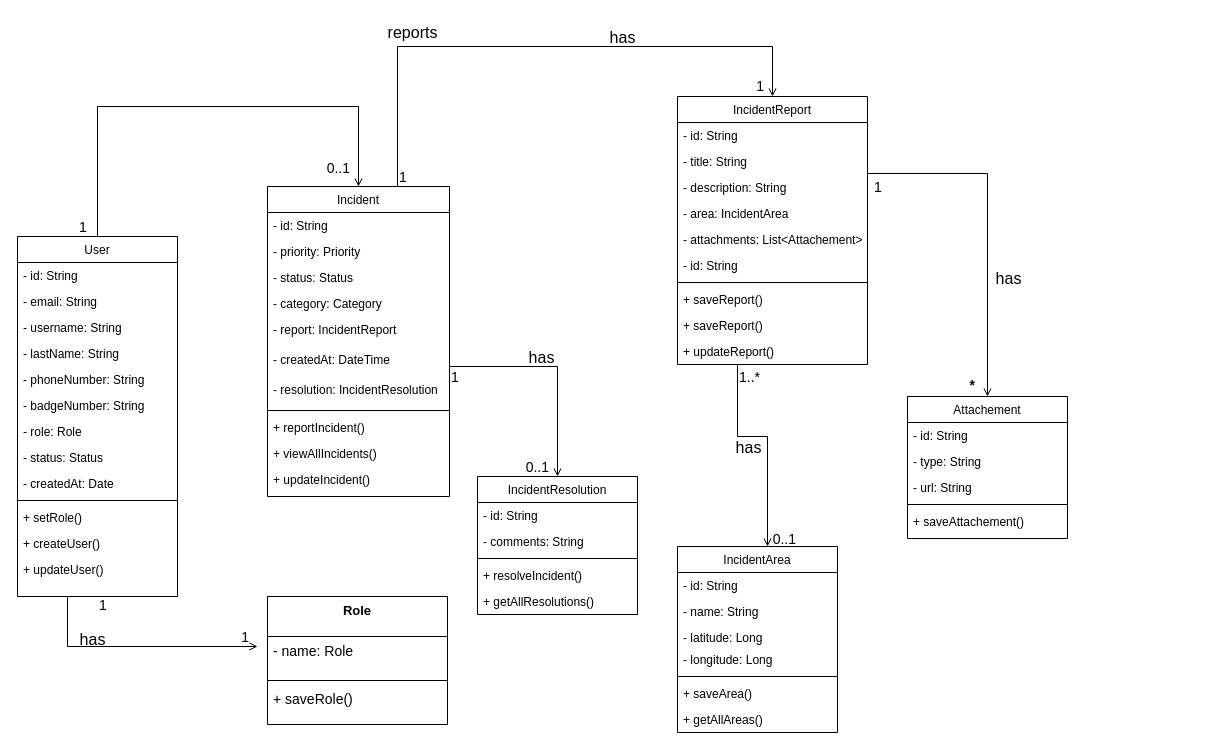
Above: KBNP class-diagram.drawio in cedricbahirwe/symbols (draw.io), before the change. Source tidied: cells renumbered, new cells numbered last; positions are measured from the earlier drawing's top-left corner, leaving out a move shared by most shapes. Both pictures are drawn from the tidied source at 100%, with x=0, y=0 at pixel (17, 46).
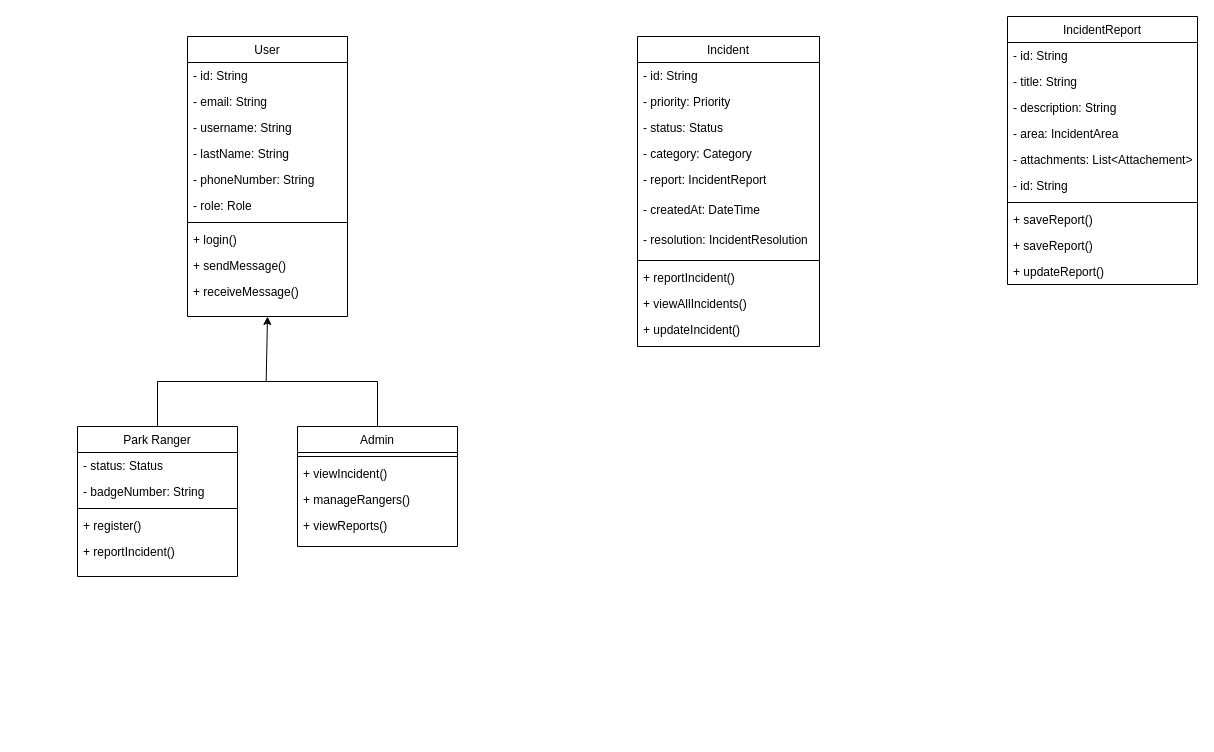
Above is the later version.

The change refers to these unchanged cells:
```xml
<mxCell id="23" value="- resolution: IncidentResolution" style="text;align=left;verticalAlign=top;spacingLeft=4;spacingRight=4;overflow=hidden;points=[[0,0.5],[1,0.5]];portConstraint=eastwest;rounded=0;shadow=0;html=0;" parent="16" vertex="1">
  <mxGeometry y="190" width="182" height="30" as="geometry" />
</mxCell>
<mxCell id="50" value="- area: IncidentArea" style="text;align=left;verticalAlign=top;spacingLeft=4;spacingRight=4;overflow=hidden;points=[[0,0.5],[1,0.5]];portConstraint=eastwest;" parent="46" vertex="1">
  <mxGeometry y="104" width="190" height="26" as="geometry" />
</mxCell>
<mxCell id="56" value="+ updateReport()" style="text;align=left;verticalAlign=top;spacingLeft=4;spacingRight=4;overflow=hidden;points=[[0,0.5],[1,0.5]];portConstraint=eastwest;" parent="46" vertex="1">
  <mxGeometry y="242" width="190" height="26" as="geometry" />
</mxCell>
```

Diff of the diagram source:
```diff
@@
     <mxCell id="2" value="User" style="swimlane;fontStyle=0;align=center;verticalAlign=top;horizontal=1;startSize=26;rounded=0;shadow=0;strokeWidth=1;" parent="1" vertex="1">
-      <mxGeometry y="190" width="160" height="360" as="geometry" />
+      <mxGeometry x="170" y="-10" width="160" height="280" as="geometry" />
     </mxCell>
@@
-    <mxCell id="8" value="- badgeNumber: String" style="text;align=left;verticalAlign=top;spacingLeft=4;spacingRight=4;overflow=hidden;" parent="2" vertex="1">
-      <mxGeometry y="156" width="160" height="26" as="geometry" />
-    </mxCell>
     <mxCell id="9" value="- role: Role" style="text;align=left;verticalAlign=top;spacingLeft=4;spacingRight=4;overflow=hidden;" parent="2" vertex="1">
-      <mxGeometry y="182" width="160" height="26" as="geometry" />
+      <mxGeometry y="156" width="160" height="26" as="geometry" />
     </mxCell>
-    <mxCell id="10" value="- status: Status" style="text;align=left;verticalAlign=top;spacingLeft=4;spacingRight=4;overflow=hidden;" parent="2" vertex="1">
-      <mxGeometry y="208" width="160" height="26" as="geometry" />
-    </mxCell>
-    <mxCell id="11" value="- createdAt: Date&#10;" style="text;align=left;verticalAlign=top;spacingLeft=4;spacingRight=4;overflow=hidden;" parent="2" vertex="1">
-      <mxGeometry y="234" width="160" height="26" as="geometry" />
-    </mxCell>
     <mxCell id="12" style="line;html=1;strokeWidth=1;align=left;verticalAlign=middle;spacingTop=-1;spacingLeft=3;spacingRight=3;labelPosition=right;" parent="2" vertex="1">
-      <mxGeometry y="260" width="160" height="8" as="geometry" />
+      <mxGeometry y="182" width="160" height="8" as="geometry" />
     </mxCell>
-    <mxCell id="13" value="+ setRole()" style="text;align=left;verticalAlign=top;spacingLeft=4;spacingRight=4;overflow=hidden;fontStyle=0;" parent="2" vertex="1">
-      <mxGeometry y="268" width="160" height="26" as="geometry" />
+    <mxCell id="13" value="+ login()" style="text;align=left;verticalAlign=top;spacingLeft=4;spacingRight=4;overflow=hidden;fontStyle=0;" parent="2" vertex="1">
+      <mxGeometry y="190" width="160" height="26" as="geometry" />
     </mxCell>
-    <mxCell id="14" value="+ createUser()" style="text;align=left;verticalAlign=top;spacingLeft=4;spacingRight=4;overflow=hidden;" parent="2" vertex="1">
-      <mxGeometry y="294" width="160" height="26" as="geometry" />
-    </mxCell>
-    <mxCell id="15" value="+ updateUser()" style="text;align=left;verticalAlign=top;spacingLeft=4;spacingRight=4;overflow=hidden;" parent="2" vertex="1">
-      <mxGeometry y="320" width="160" height="26" as="geometry" />
+    <mxCell id="15" value="+ sendMessage()" style="text;align=left;verticalAlign=top;spacingLeft=4;spacingRight=4;overflow=hidden;" parent="2" vertex="1">
+      <mxGeometry y="216" width="160" height="26" as="geometry" />
     </mxCell>
+    <mxCell id="87" value="+ receiveMessage()" style="text;align=left;verticalAlign=top;spacingLeft=4;spacingRight=4;overflow=hidden;" parent="2" vertex="1">
+      <mxGeometry y="242" width="160" height="26" as="geometry" />
+    </mxCell>
     <mxCell id="16" value="Incident" style="swimlane;fontStyle=0;align=center;verticalAlign=top;horizontal=1;startSize=26;rounded=0;shadow=0;strokeWidth=1;" parent="1" vertex="1">
-      <mxGeometry x="250" y="140" width="182" height="310" as="geometry" />
+      <mxGeometry x="620" y="-10" width="182" height="310" as="geometry" />
     </mxCell>
@@
-    <mxCell id="28" value="IncidentResolution&#10;" style="swimlane;fontStyle=0;align=center;verticalAlign=top;horizontal=1;startSize=26;rounded=0;shadow=0;strokeWidth=1;" parent="1" vertex="1">
-      <mxGeometry x="460" y="430" width="160" height="138" as="geometry" />
-    </mxCell>
-    <mxCell id="29" value="- id: String" style="text;align=left;verticalAlign=top;spacingLeft=4;spacingRight=4;overflow=hidden;" parent="28" vertex="1">
-      <mxGeometry y="26" width="160" height="26" as="geometry" />
-    </mxCell>
-    <mxCell id="30" value="- comments: String" style="text;align=left;verticalAlign=top;spacingLeft=4;spacingRight=4;overflow=hidden;rounded=0;shadow=0;html=0;" parent="28" vertex="1">
-      <mxGeometry y="52" width="160" height="26" as="geometry" />
-    </mxCell>
-    <mxCell id="31" style="line;html=1;strokeWidth=1;align=left;verticalAlign=middle;spacingTop=-1;spacingLeft=3;spacingRight=3;labelPosition=right;" parent="28" vertex="1">
-      <mxGeometry y="78" width="160" height="8" as="geometry" />
-    </mxCell>
-    <mxCell id="32" value="+ resolveIncident()" style="text;align=left;verticalAlign=top;spacingLeft=4;spacingRight=4;overflow=hidden;" parent="28" vertex="1">
-      <mxGeometry y="86" width="160" height="26" as="geometry" />
-    </mxCell>
-    <mxCell id="33" value="+ getAllResolutions()" style="text;align=left;verticalAlign=top;spacingLeft=4;spacingRight=4;overflow=hidden;" parent="28" vertex="1">
-      <mxGeometry y="112" width="160" height="26" as="geometry" />
-    </mxCell>
-    <mxCell id="34" value="Role" style="swimlane;fontStyle=1;align=center;verticalAlign=top;horizontal=1;startSize=40;rounded=0;shadow=0;strokeWidth=1;fontSize=13;" parent="1" vertex="1">
-      <mxGeometry x="250" y="550" width="180" height="128" as="geometry" />
-    </mxCell>
-    <mxCell id="35" value="- name: Role" style="text;align=left;verticalAlign=top;spacingLeft=4;spacingRight=4;overflow=hidden;fontSize=14;" parent="34" vertex="1">
-      <mxGeometry y="40" width="180" height="40" as="geometry" />
-    </mxCell>
-    <mxCell id="36" style="line;html=1;strokeWidth=1;align=left;verticalAlign=middle;spacingTop=-1;spacingLeft=3;spacingRight=3;labelPosition=right;" parent="34" vertex="1">
-      <mxGeometry y="80" width="180" height="8" as="geometry" />
-    </mxCell>
-    <mxCell id="37" value="+ saveRole()" style="text;align=left;verticalAlign=top;spacingLeft=4;spacingRight=4;overflow=hidden;fontSize=14;" parent="34" vertex="1">
-      <mxGeometry y="88" width="180" height="40" as="geometry" />
-    </mxCell>
-    <mxCell id="38" style="endArrow=open;shadow=0;strokeWidth=1;rounded=0;curved=0;endFill=1;edgeStyle=elbowEdgeStyle;elbow=horizontal;exitX=0.5;exitY=1;exitDx=0;exitDy=0;" parent="1" edge="1" source="2">
-      <mxGeometry x="0.5" y="41" relative="1" as="geometry">
-        <mxPoint x="240" y="600" as="targetPoint" />
-        <Array as="points">
-          <mxPoint x="50" y="580" />
-        </Array>
-        <mxPoint x="-40" y="32" as="offset" />
-      </mxGeometry>
-    </mxCell>
-    <mxCell id="39" value="1" style="align=left;verticalAlign=bottom;labelBackgroundColor=none;fontSize=14;" parent="38" vertex="1">
-      <mxGeometry x="-1" relative="1" as="geometry">
-        <mxPoint y="18" as="offset" />
-      </mxGeometry>
-    </mxCell>
-    <mxCell id="40" value="1" style="align=right;verticalAlign=bottom;labelBackgroundColor=none;fontSize=14;" parent="38" vertex="1">
-      <mxGeometry x="1" relative="1" as="geometry">
-        <mxPoint x="-7" as="offset" />
-      </mxGeometry>
-    </mxCell>
-    <mxCell id="41" value="has" style="text;html=1;align=center;verticalAlign=middle;strokeColor=none;fillColor=none;fontSize=16;" parent="1" vertex="1">
-      <mxGeometry x="50" y="578" width="50" height="30" as="geometry" />
-    </mxCell>
-    <mxCell id="42" style="endArrow=open;shadow=0;strokeWidth=1;rounded=0;curved=0;endFill=1;edgeStyle=elbowEdgeStyle;elbow=vertical;entryX=0.5;entryY=0;entryDx=0;entryDy=0;exitX=1;exitY=0.5;exitDx=0;exitDy=0;" parent="1" edge="1" source="23" target="28">
-      <mxGeometry x="0.5" y="41" relative="1" as="geometry">
-        <Array as="points">
-          <mxPoint x="490" y="320" />
-        </Array>
-        <mxPoint x="-40" y="32" as="offset" />
-      </mxGeometry>
-    </mxCell>
-    <mxCell id="43" value="1" style="align=left;verticalAlign=bottom;labelBackgroundColor=none;fontSize=14;" parent="42" vertex="1">
-      <mxGeometry x="-1" relative="1" as="geometry">
-        <mxPoint y="-5" as="offset" />
-      </mxGeometry>
-    </mxCell>
-    <mxCell id="44" value="0..1" style="align=right;verticalAlign=bottom;labelBackgroundColor=none;fontSize=14;" parent="42" vertex="1">
-      <mxGeometry x="1" relative="1" as="geometry">
-        <mxPoint x="-7" as="offset" />
-      </mxGeometry>
-    </mxCell>
-    <mxCell id="45" value="has" style="text;html=1;align=center;verticalAlign=middle;labelBackgroundColor=none;rounded=0;shadow=0;strokeWidth=1;fontSize=16;" parent="42" vertex="1">
-      <mxGeometry x="0.5" y="49" relative="1" as="geometry">
-        <mxPoint x="-66" y="-59" as="offset" />
-      </mxGeometry>
-    </mxCell>
     <mxCell id="46" value="IncidentReport&#10;" style="swimlane;fontStyle=0;align=center;verticalAlign=top;horizontal=1;startSize=26;rounded=0;shadow=0;strokeWidth=1;" parent="1" vertex="1">
-      <mxGeometry x="660" y="50" width="190" height="268" as="geometry" />
+      <mxGeometry x="990" y="-30" width="190" height="268" as="geometry" />
     </mxCell>
@@
-    <mxCell id="57" value="IncidentArea&#10;" style="swimlane;fontStyle=0;align=center;verticalAlign=top;horizontal=1;startSize=26;rounded=0;shadow=0;strokeWidth=1;" parent="1" vertex="1">
-      <mxGeometry x="660" y="500" width="160" height="186" as="geometry" />
-    </mxCell>
-    <mxCell id="58" value="- id: String" style="text;align=left;verticalAlign=top;spacingLeft=4;spacingRight=4;overflow=hidden;" parent="57" vertex="1">
-      <mxGeometry y="26" width="160" height="26" as="geometry" />
-    </mxCell>
-    <mxCell id="59" value="- name: String" style="text;align=left;verticalAlign=top;spacingLeft=4;spacingRight=4;overflow=hidden;rounded=0;shadow=0;html=0;" parent="57" vertex="1">
-      <mxGeometry y="52" width="160" height="26" as="geometry" />
-    </mxCell>
-    <mxCell id="60" value="- latitude: Long" style="text;align=left;verticalAlign=top;spacingLeft=4;spacingRight=4;overflow=hidden;rounded=0;shadow=0;html=0;" parent="57" vertex="1">
-      <mxGeometry y="78" width="160" height="22" as="geometry" />
-    </mxCell>
-    <mxCell id="61" value="- longitude: Long" style="text;align=left;verticalAlign=top;spacingLeft=4;spacingRight=4;overflow=hidden;rounded=0;shadow=0;html=0;" parent="57" vertex="1">
-      <mxGeometry y="100" width="160" height="26" as="geometry" />
-    </mxCell>
-    <mxCell id="62" style="line;html=1;strokeWidth=1;align=left;verticalAlign=middle;spacingTop=-1;spacingLeft=3;spacingRight=3;labelPosition=right;" parent="57" vertex="1">
-      <mxGeometry y="126" width="160" height="8" as="geometry" />
-    </mxCell>
-    <mxCell id="63" value="+ saveArea()" style="text;align=left;verticalAlign=top;spacingLeft=4;spacingRight=4;overflow=hidden;" parent="57" vertex="1">
-      <mxGeometry y="134" width="160" height="26" as="geometry" />
-    </mxCell>
-    <mxCell id="64" value="+ getAllAreas()" style="text;align=left;verticalAlign=top;spacingLeft=4;spacingRight=4;overflow=hidden;" parent="57" vertex="1">
-      <mxGeometry y="160" width="160" height="26" as="geometry" />
-    </mxCell>
-    <mxCell id="65" style="endArrow=open;shadow=0;strokeWidth=1;rounded=0;curved=0;endFill=1;edgeStyle=elbowEdgeStyle;elbow=vertical;entryX=0.5;entryY=0;entryDx=0;entryDy=0;" parent="1" edge="1" source="56">
-      <mxGeometry x="0.5" y="41" relative="1" as="geometry">
-        <mxPoint x="750" y="500" as="targetPoint" />
-        <Array as="points">
-          <mxPoint x="720" y="390" />
-          <mxPoint x="720" y="320" />
-        </Array>
-        <mxPoint x="-40" y="32" as="offset" />
-      </mxGeometry>
-    </mxCell>
-    <mxCell id="66" value="1..*" style="align=left;verticalAlign=bottom;labelBackgroundColor=none;fontSize=14;" parent="65" vertex="1">
-      <mxGeometry x="-1" relative="1" as="geometry">
-        <mxPoint y="22" as="offset" />
-      </mxGeometry>
-    </mxCell>
-    <mxCell id="67" value="0..1" style="align=right;verticalAlign=bottom;labelBackgroundColor=none;fontSize=14;" parent="65" vertex="1">
-      <mxGeometry x="1" relative="1" as="geometry">
-        <mxPoint x="30" y="2" as="offset" />
-      </mxGeometry>
-    </mxCell>
-    <mxCell id="68" value="&lt;font style=&quot;font-size: 16px;&quot;&gt;has&lt;/font&gt;" style="text;html=1;align=center;verticalAlign=middle;labelBackgroundColor=none;rounded=0;shadow=0;strokeWidth=1;fontSize=14;" parent="65" vertex="1">
-      <mxGeometry x="0.5" y="49" relative="1" as="geometry">
-        <mxPoint x="-69" y="-47" as="offset" />
-      </mxGeometry>
-    </mxCell>
-    <mxCell id="69" value="Attachement" style="swimlane;fontStyle=0;align=center;verticalAlign=top;horizontal=1;startSize=26;rounded=0;shadow=0;strokeWidth=1;" parent="1" vertex="1">
-      <mxGeometry x="890" y="350" width="160" height="142" as="geometry" />
-    </mxCell>
-    <mxCell id="70" value="- id: String" style="text;align=left;verticalAlign=top;spacingLeft=4;spacingRight=4;overflow=hidden;" parent="69" vertex="1">
-      <mxGeometry y="26" width="160" height="26" as="geometry" />
-    </mxCell>
-    <mxCell id="71" value="- type: String" style="text;align=left;verticalAlign=top;spacingLeft=4;spacingRight=4;overflow=hidden;rounded=0;shadow=0;html=0;" parent="69" vertex="1">
-      <mxGeometry y="52" width="160" height="26" as="geometry" />
-    </mxCell>
-    <mxCell id="72" value="- url: String" style="text;align=left;verticalAlign=top;spacingLeft=4;spacingRight=4;overflow=hidden;rounded=0;shadow=0;html=0;" parent="69" vertex="1">
-      <mxGeometry y="78" width="160" height="26" as="geometry" />
-    </mxCell>
-    <mxCell id="73" style="line;html=1;strokeWidth=1;align=left;verticalAlign=middle;spacingTop=-1;spacingLeft=3;spacingRight=3;labelPosition=right;" parent="69" vertex="1">
-      <mxGeometry y="104" width="160" height="8" as="geometry" />
-    </mxCell>
-    <mxCell id="74" value="+ saveAttachement()" style="text;align=left;verticalAlign=top;spacingLeft=4;spacingRight=4;overflow=hidden;" parent="69" vertex="1">
-      <mxGeometry y="112" width="160" height="26" as="geometry" />
-    </mxCell>
-    <mxCell id="75" style="endArrow=open;shadow=0;strokeWidth=1;rounded=0;curved=0;endFill=1;edgeStyle=elbowEdgeStyle;elbow=vertical;entryX=0.5;entryY=0;entryDx=0;entryDy=0;" parent="1" edge="1">
-      <mxGeometry x="0.5" y="41" relative="1" as="geometry">
-        <mxPoint x="80" y="190" as="sourcePoint" />
-        <mxPoint x="341" y="140" as="targetPoint" />
-        <Array as="points">
-          <mxPoint x="200" y="60" />
-        </Array>
-        <mxPoint x="-40" y="32" as="offset" />
-      </mxGeometry>
-    </mxCell>
-    <mxCell id="76" value="1" style="align=left;verticalAlign=bottom;labelBackgroundColor=none;fontSize=14;" parent="75" vertex="1">
-      <mxGeometry x="-1" relative="1" as="geometry">
-        <mxPoint x="-20" as="offset" />
-      </mxGeometry>
-    </mxCell>
-    <mxCell id="77" value="0..1" style="align=right;verticalAlign=bottom;labelBackgroundColor=none;fontSize=14;" parent="75" vertex="1">
-      <mxGeometry x="1" relative="1" as="geometry">
-        <mxPoint x="-7" y="-9" as="offset" />
-      </mxGeometry>
-    </mxCell>
-    <mxCell id="78" value="reports" style="text;html=1;align=center;verticalAlign=middle;labelBackgroundColor=none;rounded=0;shadow=0;strokeWidth=1;fontSize=16;" parent="75" vertex="1">
-      <mxGeometry x="0.5" y="49" relative="1" as="geometry">
-        <mxPoint x="91" y="-26" as="offset" />
-      </mxGeometry>
-    </mxCell>
-    <mxCell id="79" style="endArrow=open;shadow=0;strokeWidth=1;rounded=0;curved=0;endFill=1;edgeStyle=elbowEdgeStyle;elbow=vertical;exitX=1;exitY=0.5;exitDx=0;exitDy=0;entryX=0.5;entryY=0;entryDx=0;entryDy=0;" parent="1" edge="1" source="50" target="69">
-      <mxGeometry x="0.5" y="41" relative="1" as="geometry">
-        <Array as="points">
-          <mxPoint x="950" y="127" />
-        </Array>
-        <mxPoint x="-40" y="32" as="offset" />
-      </mxGeometry>
-    </mxCell>
-    <mxCell id="80" value="1" style="align=left;verticalAlign=bottom;labelBackgroundColor=none;fontSize=14;" parent="79" vertex="1">
-      <mxGeometry x="-1" relative="1" as="geometry">
-        <mxPoint x="5" y="-17" as="offset" />
-      </mxGeometry>
-    </mxCell>
-    <mxCell id="81" value="*" style="align=right;verticalAlign=bottom;labelBackgroundColor=none;fontSize=14;fontStyle=1;" parent="79" vertex="1">
-      <mxGeometry x="1" relative="1" as="geometry">
-        <mxPoint x="-11" y="-2" as="offset" />
-      </mxGeometry>
-    </mxCell>
-    <mxCell id="82" value="has" style="text;html=1;align=center;verticalAlign=middle;labelBackgroundColor=none;rounded=0;shadow=0;strokeWidth=1;fontSize=16;" parent="79" vertex="1">
-      <mxGeometry x="0.5" y="49" relative="1" as="geometry">
-        <mxPoint x="-29" y="-23" as="offset" />
-      </mxGeometry>
-    </mxCell>
-    <mxCell id="83" style="endArrow=open;shadow=0;strokeWidth=1;rounded=0;curved=0;endFill=1;edgeStyle=elbowEdgeStyle;elbow=vertical;exitX=1;exitY=0;exitDx=0;exitDy=0;" parent="1" edge="1" target="46">
-      <mxGeometry x="0.5" y="41" relative="1" as="geometry">
-        <mxPoint x="380" y="140" as="sourcePoint" />
-        <Array as="points">
-          <mxPoint x="500" />
-        </Array>
-        <mxPoint x="-40" y="32" as="offset" />
-      </mxGeometry>
-    </mxCell>
-    <mxCell id="84" value="1" style="align=left;verticalAlign=bottom;labelBackgroundColor=none;fontSize=14;" parent="83" vertex="1">
-      <mxGeometry x="-1" relative="1" as="geometry" />
-    </mxCell>
-    <mxCell id="85" value="1" style="align=right;verticalAlign=bottom;labelBackgroundColor=none;fontSize=14;" parent="83" vertex="1">
-      <mxGeometry x="1" relative="1" as="geometry">
-        <mxPoint x="-7" y="-1" as="offset" />
-      </mxGeometry>
-    </mxCell>
-    <mxCell id="86" value="has" style="text;html=1;align=center;verticalAlign=middle;labelBackgroundColor=none;rounded=0;shadow=0;strokeWidth=1;fontSize=16;" parent="83" vertex="1">
-      <mxGeometry x="0.5" y="49" relative="1" as="geometry">
-        <mxPoint x="-60" y="39" as="offset" />
-      </mxGeometry>
-    </mxCell>
+    <mxCell id="88" value="Park Ranger" style="swimlane;fontStyle=0;align=center;verticalAlign=top;horizontal=1;startSize=26;rounded=0;shadow=0;strokeWidth=1;" parent="1" vertex="1">
+      <mxGeometry x="60" y="380" width="160" height="150" as="geometry" />
+    </mxCell>
+    <mxCell id="10" value="- status: Status" style="text;align=left;verticalAlign=top;spacingLeft=4;spacingRight=4;overflow=hidden;" parent="88" vertex="1">
+      <mxGeometry y="26" width="160" height="26" as="geometry" />
+    </mxCell>
+    <mxCell id="8" value="- badgeNumber: String" style="text;align=left;verticalAlign=top;spacingLeft=4;spacingRight=4;overflow=hidden;" parent="88" vertex="1">
+      <mxGeometry y="52" width="160" height="26" as="geometry" />
+    </mxCell>
+    <mxCell id="31" style="line;html=1;strokeWidth=1;align=left;verticalAlign=middle;spacingTop=-1;spacingLeft=3;spacingRight=3;labelPosition=right;" parent="88" vertex="1">
+      <mxGeometry y="78" width="160" height="8" as="geometry" />
+    </mxCell>
+    <mxCell id="89" value="+ register()" style="text;align=left;verticalAlign=top;spacingLeft=4;spacingRight=4;overflow=hidden;fontStyle=0;" parent="88" vertex="1">
+      <mxGeometry y="86" width="160" height="26" as="geometry" />
+    </mxCell>
+    <mxCell id="90" value="+ reportIncident()" style="text;align=left;verticalAlign=top;spacingLeft=4;spacingRight=4;overflow=hidden;fontStyle=0;" parent="88" vertex="1">
+      <mxGeometry y="112" width="160" height="26" as="geometry" />
+    </mxCell>
+    <mxCell id="91" value="Admin" style="swimlane;fontStyle=0;align=center;verticalAlign=top;horizontal=1;startSize=26;rounded=0;shadow=0;strokeWidth=1;" parent="1" vertex="1">
+      <mxGeometry x="280" y="380" width="160" height="120" as="geometry" />
+    </mxCell>
+    <mxCell id="92" style="line;html=1;strokeWidth=1;align=left;verticalAlign=middle;spacingTop=-1;spacingLeft=3;spacingRight=3;labelPosition=right;" parent="91" vertex="1">
+      <mxGeometry y="26" width="160" height="8" as="geometry" />
+    </mxCell>
+    <mxCell id="93" value="+ viewIncident()" style="text;align=left;verticalAlign=top;spacingLeft=4;spacingRight=4;overflow=hidden;" parent="91" vertex="1">
+      <mxGeometry y="34" width="160" height="26" as="geometry" />
+    </mxCell>
+    <mxCell id="94" value="+ manageRangers()" style="text;align=left;verticalAlign=top;spacingLeft=4;spacingRight=4;overflow=hidden;" parent="91" vertex="1">
+      <mxGeometry y="60" width="160" height="26" as="geometry" />
+    </mxCell>
+    <mxCell id="95" value="+ viewReports()" style="text;align=left;verticalAlign=top;spacingLeft=4;spacingRight=4;overflow=hidden;" parent="91" vertex="1">
+      <mxGeometry y="86" width="160" height="26" as="geometry" />
+    </mxCell>
+    <mxCell id="96" style="shape=partialRectangle;whiteSpace=wrap;html=1;bottom=1;right=1;left=1;top=0;fillColor=none;routingCenterX=-0.5;" parent="1" vertex="1">
+      <mxGeometry x="400" y="420" width="150" as="geometry" />
+    </mxCell>
+    <mxCell id="97" style="endArrow=classic;html=1;rounded=0;exitX=0.494;exitY=0.471;exitDx=0;exitDy=0;exitPerimeter=0;entryX=0.5;entryY=1;entryDx=0;entryDy=0;" parent="1" edge="1" source="100" target="2">
+      <mxGeometry relative="1" as="geometry" />
+    </mxCell>
+    <mxCell id="98" style="endArrow=none;html=1;rounded=0;entryX=0.5;entryY=0;entryDx=0;entryDy=0;exitX=1;exitY=0.5;exitDx=0;exitDy=0;exitPerimeter=0;" parent="1" edge="1" source="100" target="91">
+      <mxGeometry relative="1" as="geometry" />
+    </mxCell>
+    <mxCell id="99" style="endArrow=none;html=1;rounded=0;entryX=0.5;entryY=0;entryDx=0;entryDy=0;exitX=0;exitY=0.5;exitDx=0;exitDy=0;exitPerimeter=0;" parent="1" edge="1" source="100" target="88">
+      <mxGeometry relative="1" as="geometry" />
+    </mxCell>
+    <mxCell id="100" style="line;strokeWidth=1;html=1;" parent="1" vertex="1">
+      <mxGeometry x="140" y="330" width="220" height="10" as="geometry" />
+    </mxCell>
```
